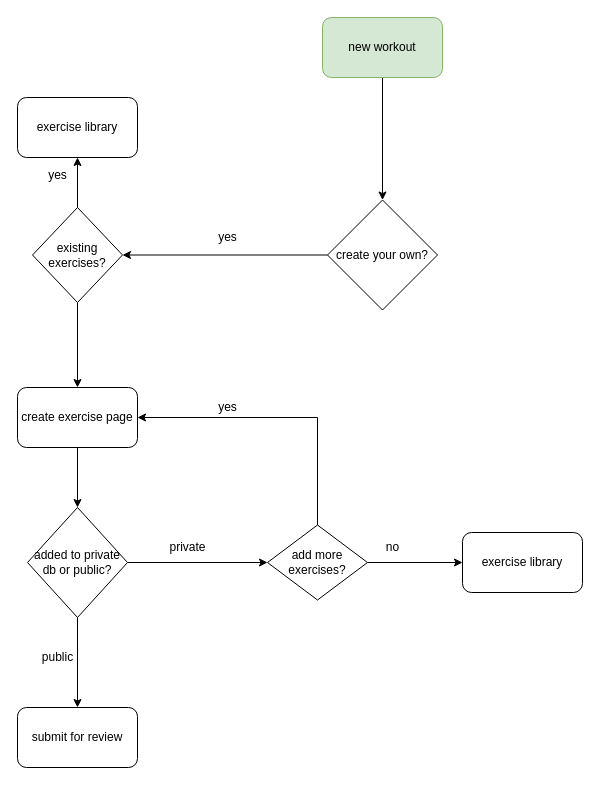
The draw.io diagram page "new workout" (3 of 6) of Untitled Diagram.drawio in ktderosier/ReactWorkoutApp, before the edit. Source tidied: cells renumbered, new cells numbered last; positions are measured from the earlier drawing's top-left corner, leaving out a move shared by most shapes. Both pictures are drawn from the tidied source at 100%, with x=0, y=0 at pixel (17, 17).
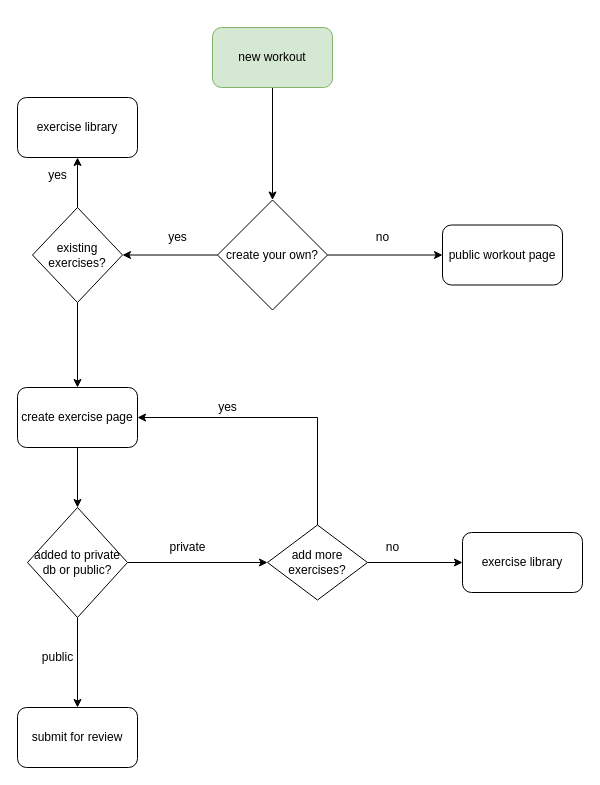
The same diagram, later.

Diff of the diagram source:
```diff
@@
+    <mxCell id="26" style="edgeStyle=orthogonalEdgeStyle;rounded=0;jettySize=auto;html=1;" parent="1" edge="1" source="3" target="27">
+      <mxGeometry relative="1" as="geometry" />
+    </mxCell>
     <mxCell id="3" value="create your own?" style="rhombus;whiteSpace=wrap;html=1;" parent="1" vertex="1">
-      <mxGeometry x="310" y="182.5" width="110" height="110" as="geometry" />
+      <mxGeometry x="200" y="182.5" width="110" height="110" as="geometry" />
     </mxCell>
@@
     <mxCell id="5" value="new workout" style="rounded=1;whiteSpace=wrap;html=1;fillColor=#d5e8d4;strokeColor=#82b366;" parent="1" vertex="1">
-      <mxGeometry x="305" width="120" height="60" as="geometry" />
+      <mxGeometry x="195" y="10" width="120" height="60" as="geometry" />
     </mxCell>
@@
     <mxCell id="9" value="yes" style="text;html=1;align=center;verticalAlign=middle;" parent="1" vertex="1">
-      <mxGeometry x="195" y="210" width="30" height="20" as="geometry" />
+      <mxGeometry x="145" y="210" width="30" height="20" as="geometry" />
     </mxCell>
@@
+    <mxCell id="27" value="public workout page" style="rounded=1;whiteSpace=wrap;html=1;" parent="1" vertex="1">
+      <mxGeometry x="425" y="207.5" width="120" height="60" as="geometry" />
+    </mxCell>
+    <mxCell id="28" value="no" style="text;html=1;align=center;verticalAlign=middle;" parent="1" vertex="1">
+      <mxGeometry x="350" y="210" width="30" height="20" as="geometry" />
+    </mxCell>
```
